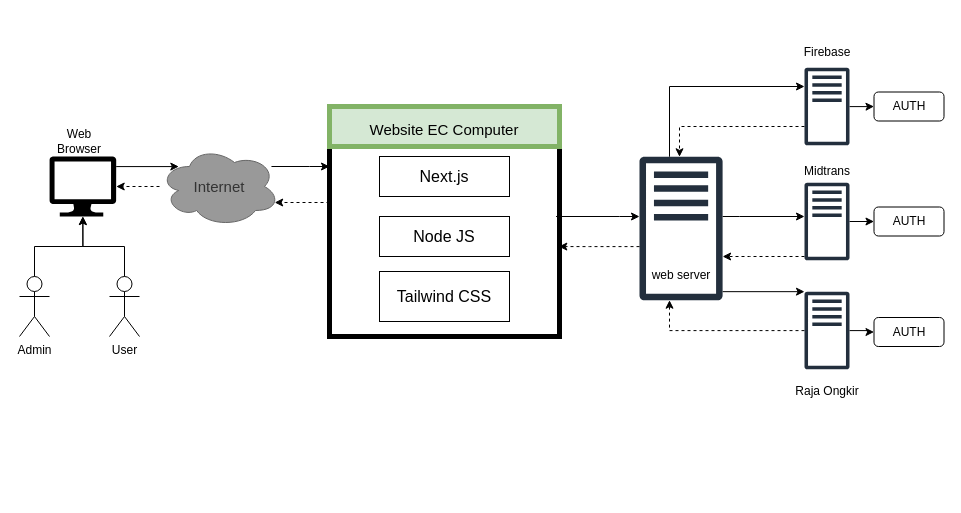
Above: page "arsitetur website" (9 of 42) of skrpsian.drawio in ThikerXCX/umltoko (draw.io), before the change. Source tidied: cells renumbered, new cells numbered last; positions are measured from the earlier drawing's top-left corner, leaving out a move shared by most shapes. Both pictures are drawn from the tidied source at 100%, with x=0, y=0 at pixel (19, 37).
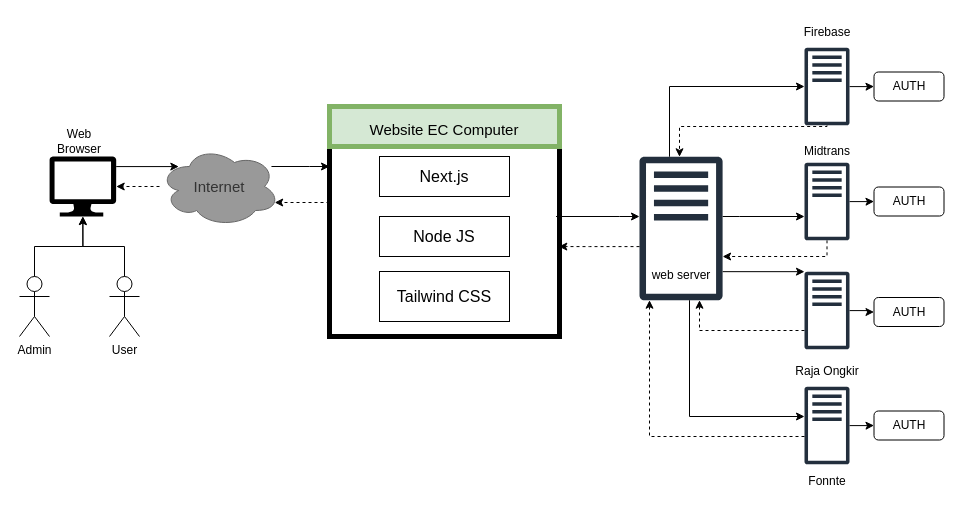
After the change.

Commit message:
add fonnte to arsitektur

The change refers to these unchanged cells:
```xml
<mxCell id="21" style="sketch=0;outlineConnect=0;fontColor=#232F3E;gradientColor=none;fillColor=#232F3D;strokeColor=none;dashed=0;verticalLabelPosition=bottom;verticalAlign=top;align=center;html=1;fontSize=12;fontStyle=0;shape=mxgraph.aws4.traditional_server;" parent="1" vertex="1">
  <mxGeometry x="620" y="119" width="83.1" height="144" as="geometry" />
</mxCell>
```

Diff of the diagram source:
```diff
@@
     <mxCell id="24" style="sketch=0;outlineConnect=0;fontColor=#232F3E;gradientColor=none;fillColor=#232F3D;strokeColor=none;dashed=0;verticalLabelPosition=bottom;verticalAlign=top;align=center;html=1;fontSize=12;fontStyle=0;shape=mxgraph.aws4.traditional_server;" parent="1" vertex="1">
-      <mxGeometry x="785" y="30" width="45" height="78" as="geometry" />
+      <mxGeometry x="785" y="10" width="45" height="78" as="geometry" />
     </mxCell>
     <mxCell id="25" value="Firebase" style="text;html=1;align=center;verticalAlign=middle;whiteSpace=wrap;rounded=0;" parent="1" vertex="1">
-      <mxGeometry x="760.5" width="94" height="30" as="geometry" />
+      <mxGeometry x="760.5" y="-20" width="94" height="30" as="geometry" />
     </mxCell>
@@
     <mxCell id="27" style="edgeStyle=orthogonalEdgeStyle;rounded=0;jettySize=auto;html=1;dashed=1;" parent="1" edge="1" source="28" target="21">
       <mxGeometry relative="1" as="geometry">
         <Array as="points">
-          <mxPoint x="650" y="293" />
+          <mxPoint x="680" y="293" />
         </Array>
       </mxGeometry>
     </mxCell>
     <mxCell id="28" style="sketch=0;outlineConnect=0;fontColor=#232F3E;gradientColor=none;fillColor=#232F3D;strokeColor=none;dashed=0;verticalLabelPosition=bottom;verticalAlign=top;align=center;html=1;fontSize=12;fontStyle=0;shape=mxgraph.aws4.traditional_server;" parent="1" vertex="1">
-      <mxGeometry x="785" y="254" width="45" height="78" as="geometry" />
+      <mxGeometry x="785" y="234" width="45" height="78" as="geometry" />
     </mxCell>
     <mxCell id="29" value="Raja Ongkir" style="text;html=1;align=center;verticalAlign=middle;whiteSpace=wrap;rounded=0;" parent="1" vertex="1">
-      <mxGeometry x="760.5" y="339" width="94" height="30" as="geometry" />
+      <mxGeometry x="760.5" y="319" width="94" height="30" as="geometry" />
     </mxCell>
@@
     <mxCell id="33" style="sketch=0;outlineConnect=0;fontColor=#232F3E;gradientColor=none;fillColor=#232F3D;strokeColor=none;dashed=0;verticalLabelPosition=bottom;verticalAlign=top;align=center;html=1;fontSize=12;fontStyle=0;shape=mxgraph.aws4.traditional_server;" parent="1" vertex="1">
-      <mxGeometry x="785" y="145" width="45" height="78" as="geometry" />
+      <mxGeometry x="785" y="125" width="45" height="78" as="geometry" />
     </mxCell>
     <mxCell id="34" value="Midtrans" style="text;html=1;align=center;verticalAlign=middle;whiteSpace=wrap;rounded=0;" parent="1" vertex="1">
-      <mxGeometry x="760.5" y="119" width="94" height="30" as="geometry" />
+      <mxGeometry x="760.5" y="99" width="94" height="30" as="geometry" />
     </mxCell>
@@
     <mxCell id="37" value="AUTH" style="rounded=1;whiteSpace=wrap;html=1;fillColor=none;" parent="1" vertex="1">
-      <mxGeometry x="854.5" y="54.5" width="70" height="29" as="geometry" />
+      <mxGeometry x="854.5" y="34.5" width="70" height="29" as="geometry" />
     </mxCell>
     <mxCell id="38" value="AUTH" style="rounded=1;whiteSpace=wrap;html=1;fillColor=none;" parent="1" vertex="1">
-      <mxGeometry x="854.5" y="169.5" width="70" height="29" as="geometry" />
+      <mxGeometry x="854.5" y="149.5" width="70" height="29" as="geometry" />
     </mxCell>
     <mxCell id="39" value="AUTH" style="rounded=1;whiteSpace=wrap;html=1;fillColor=none;" parent="1" vertex="1">
-      <mxGeometry x="854.5" y="280" width="70" height="29" as="geometry" />
+      <mxGeometry x="854.5" y="260" width="70" height="29" as="geometry" />
     </mxCell>
+    <mxCell id="44" style="edgeStyle=orthogonalEdgeStyle;rounded=0;jettySize=auto;html=1;" parent="1" edge="1" source="21" target="46">
+      <mxGeometry relative="1" as="geometry">
+        <Array as="points">
+          <mxPoint x="670" y="379" />
+        </Array>
+      </mxGeometry>
+    </mxCell>
@@
+    <mxCell id="45" style="edgeStyle=orthogonalEdgeStyle;rounded=0;jettySize=auto;html=1;" parent="1" edge="1" source="46" target="47">
+      <mxGeometry relative="1" as="geometry" />
+    </mxCell>
+    <mxCell id="46" style="sketch=0;outlineConnect=0;fontColor=#232F3E;gradientColor=none;fillColor=#232F3D;strokeColor=none;dashed=0;verticalLabelPosition=bottom;verticalAlign=top;align=center;html=1;fontSize=12;fontStyle=0;shape=mxgraph.aws4.traditional_server;" parent="1" vertex="1">
+      <mxGeometry x="785" y="349" width="45" height="78" as="geometry" />
+    </mxCell>
+    <mxCell id="47" value="AUTH" style="rounded=1;whiteSpace=wrap;html=1;fillColor=none;" parent="1" vertex="1">
+      <mxGeometry x="854.5" y="373.5" width="70" height="29" as="geometry" />
+    </mxCell>
+    <mxCell id="48" value="Fonnte" style="text;html=1;align=center;verticalAlign=middle;whiteSpace=wrap;rounded=0;" parent="1" vertex="1">
+      <mxGeometry x="760.5" y="429" width="94" height="30" as="geometry" />
+    </mxCell>
+    <mxCell id="49" style="edgeStyle=orthogonalEdgeStyle;rounded=0;jettySize=auto;html=1;dashed=1;" parent="1" edge="1" source="46" target="21">
+      <mxGeometry relative="1" as="geometry">
+        <Array as="points">
+          <mxPoint x="630" y="399" />
+        </Array>
+      </mxGeometry>
+    </mxCell>
```
